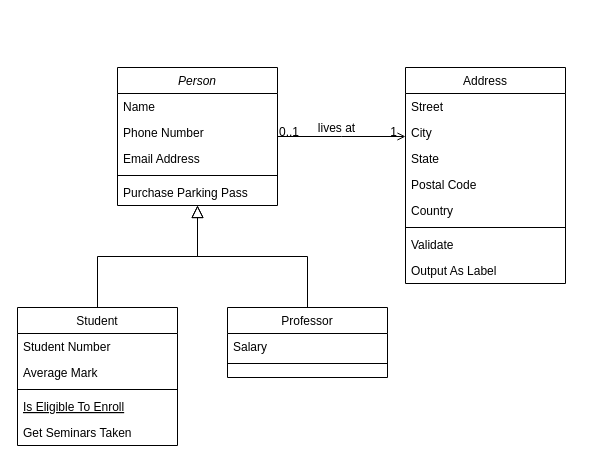
This is Diagramme sans nom.drawio from KevinMaze/ECF-studi-2023, a draw.io file, before an edit. Source tidied: cells renumbered, new cells numbered last; positions are measured from the earlier drawing's top-left corner, leaving out a move shared by most shapes. Both pictures are drawn from the tidied source at 100%, with x=0, y=0 at pixel (17, 67).
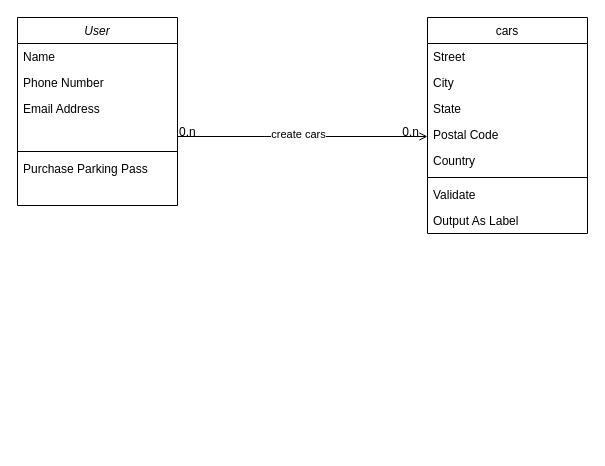
The same page after the edit.

Commit message:
diagramme de classe ECF

What changed in the source:
```diff
@@
-    <mxCell id="2" value="Person" style="swimlane;fontStyle=2;align=center;verticalAlign=top;horizontal=1;startSize=26;rounded=0;shadow=0;strokeWidth=1;" parent="1" vertex="1">
-      <mxGeometry x="100" width="160" height="138" as="geometry" />
+    <mxCell id="2" value="User" style="swimlane;fontStyle=2;align=center;verticalAlign=top;horizontal=1;startSize=26;rounded=0;shadow=0;strokeWidth=1;" parent="1" vertex="1">
+      <mxGeometry y="-50" width="160" height="188" as="geometry" />
     </mxCell>
@@
     <mxCell id="5" value="Email Address" style="text;align=left;verticalAlign=top;spacingLeft=4;spacingRight=4;overflow=hidden;rounded=0;shadow=0;html=0;" parent="2" vertex="1">
-      <mxGeometry y="78" width="160" height="26" as="geometry" />
+      <mxGeometry y="78" width="160" height="52" as="geometry" />
     </mxCell>
     <mxCell id="6" style="line;html=1;strokeWidth=1;align=left;verticalAlign=middle;spacingTop=-1;spacingLeft=3;spacingRight=3;labelPosition=right;" parent="2" vertex="1">
-      <mxGeometry y="104" width="160" height="8" as="geometry" />
+      <mxGeometry y="130" width="160" height="8" as="geometry" />
     </mxCell>
     <mxCell id="7" value="Purchase Parking Pass" style="text;align=left;verticalAlign=top;spacingLeft=4;spacingRight=4;overflow=hidden;" parent="2" vertex="1">
-      <mxGeometry y="112" width="160" height="26" as="geometry" />
+      <mxGeometry y="138" width="160" height="50" as="geometry" />
     </mxCell>
-    <mxCell id="8" value="Student" style="swimlane;fontStyle=0;align=center;verticalAlign=top;horizontal=1;startSize=26;rounded=0;shadow=0;strokeWidth=1;" parent="1" vertex="1">
-      <mxGeometry y="240" width="160" height="138" as="geometry" />
-    </mxCell>
-    <mxCell id="9" value="Student Number" style="text;align=left;verticalAlign=top;spacingLeft=4;spacingRight=4;overflow=hidden;" parent="8" vertex="1">
-      <mxGeometry y="26" width="160" height="26" as="geometry" />
-    </mxCell>
-    <mxCell id="10" value="Average Mark" style="text;align=left;verticalAlign=top;spacingLeft=4;spacingRight=4;overflow=hidden;rounded=0;shadow=0;html=0;" parent="8" vertex="1">
-      <mxGeometry y="52" width="160" height="26" as="geometry" />
-    </mxCell>
-    <mxCell id="11" style="line;html=1;strokeWidth=1;align=left;verticalAlign=middle;spacingTop=-1;spacingLeft=3;spacingRight=3;labelPosition=right;" parent="8" vertex="1">
-      <mxGeometry y="78" width="160" height="8" as="geometry" />
-    </mxCell>
-    <mxCell id="12" value="Is Eligible To Enroll" style="text;align=left;verticalAlign=top;spacingLeft=4;spacingRight=4;overflow=hidden;fontStyle=4;" parent="8" vertex="1">
-      <mxGeometry y="86" width="160" height="26" as="geometry" />
-    </mxCell>
-    <mxCell id="13" value="Get Seminars Taken" style="text;align=left;verticalAlign=top;spacingLeft=4;spacingRight=4;overflow=hidden;" parent="8" vertex="1">
-      <mxGeometry y="112" width="160" height="26" as="geometry" />
-    </mxCell>
-    <mxCell id="14" style="endArrow=block;endSize=10;endFill=0;shadow=0;strokeWidth=1;rounded=0;edgeStyle=elbowEdgeStyle;elbow=vertical;" parent="1" edge="1" source="8" target="2">
-      <mxGeometry relative="1" as="geometry" />
-    </mxCell>
-    <mxCell id="15" value="Professor" style="swimlane;fontStyle=0;align=center;verticalAlign=top;horizontal=1;startSize=26;rounded=0;shadow=0;strokeWidth=1;" parent="1" vertex="1">
-      <mxGeometry x="210" y="240" width="160" height="70" as="geometry" />
-    </mxCell>
-    <mxCell id="16" value="Salary" style="text;align=left;verticalAlign=top;spacingLeft=4;spacingRight=4;overflow=hidden;" parent="15" vertex="1">
-      <mxGeometry y="26" width="160" height="26" as="geometry" />
-    </mxCell>
-    <mxCell id="17" style="line;html=1;strokeWidth=1;align=left;verticalAlign=middle;spacingTop=-1;spacingLeft=3;spacingRight=3;labelPosition=right;" parent="15" vertex="1">
-      <mxGeometry y="52" width="160" height="8" as="geometry" />
-    </mxCell>
-    <mxCell id="18" style="endArrow=block;endSize=10;endFill=0;shadow=0;strokeWidth=1;rounded=0;edgeStyle=elbowEdgeStyle;elbow=vertical;" parent="1" edge="1" source="15" target="2">
-      <mxGeometry relative="1" as="geometry" />
-    </mxCell>
-    <mxCell id="19" value="Address" style="swimlane;fontStyle=0;align=center;verticalAlign=top;horizontal=1;startSize=26;rounded=0;shadow=0;strokeWidth=1;" parent="1" vertex="1">
-      <mxGeometry x="388" width="160" height="216" as="geometry" />
+    <mxCell id="19" value="cars" style="swimlane;fontStyle=0;align=center;verticalAlign=top;horizontal=1;startSize=26;rounded=0;shadow=0;strokeWidth=1;" parent="1" vertex="1">
+      <mxGeometry x="410" y="-50" width="160" height="216" as="geometry" />
     </mxCell>
@@
     <mxCell id="28" style="endArrow=open;shadow=0;strokeWidth=1;rounded=0;endFill=1;edgeStyle=elbowEdgeStyle;elbow=vertical;" parent="1" edge="1" source="2" target="19">
       <mxGeometry x="0.5" y="41" relative="1" as="geometry">
+        <Array as="points">
+          <mxPoint x="290" y="69" />
+        </Array>
         <mxPoint x="-40" y="32" as="offset" />
       </mxGeometry>
     </mxCell>
-    <mxCell id="29" value="0..1" style="align=left;verticalAlign=bottom;labelBackgroundColor=none;fontSize=12;" parent="28" vertex="1">
+    <mxCell id="29" value="0.n" style="align=left;verticalAlign=bottom;labelBackgroundColor=none;fontSize=12;" parent="28" vertex="1">
       <mxGeometry x="-1" relative="1" as="geometry">
         <mxPoint y="4" as="offset" />
       </mxGeometry>
     </mxCell>
-    <mxCell id="30" value="1" style="align=right;verticalAlign=bottom;labelBackgroundColor=none;fontSize=12;" parent="28" vertex="1">
+    <mxCell id="30" value="0.n" style="align=right;verticalAlign=bottom;labelBackgroundColor=none;fontSize=12;" parent="28" vertex="1">
       <mxGeometry x="1" relative="1" as="geometry">
         <mxPoint x="-7" y="4" as="offset" />
       </mxGeometry>
     </mxCell>
-    <mxCell id="31" value="lives at" style="text;html=1;align=center;verticalAlign=middle;labelBackgroundColor=none;rounded=0;shadow=0;strokeWidth=1;fontSize=12;" parent="28" vertex="1">
-      <mxGeometry x="0.5" y="49" relative="1" as="geometry">
-        <mxPoint x="-38" y="40" as="offset" />
-      </mxGeometry>
-    </mxCell>
+    <mxCell id="32" value="create cars" style="edgeLabel;html=1;align=center;verticalAlign=middle;" parent="28" vertex="1">
+      <mxGeometry x="-0.04" y="3" relative="1" as="geometry" />
+    </mxCell>
```
